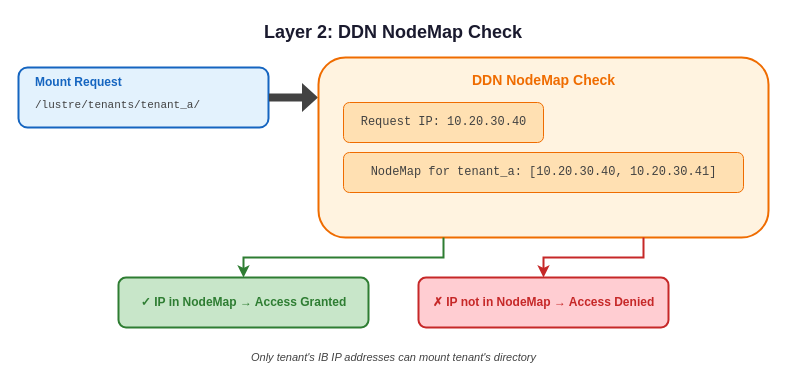
Above: docs/diagrams/nodemap-check.drawio in aamir939/Documentation (draw.io), before the change. Source tidied: cells renumbered, new cells numbered last; positions are measured from the earlier drawing's top-left corner, leaving out a move shared by most shapes. Both pictures are drawn from the tidied source at 100%, with x=0, y=0 at pixel (18, 17).
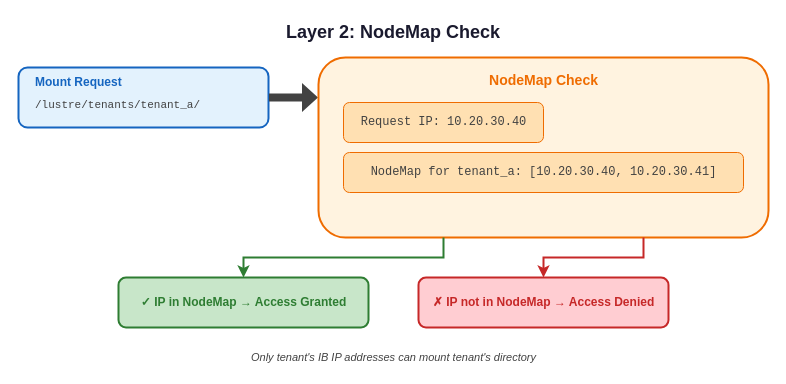
Above is the later version.

Diff of the diagram source:
```diff
@@
-    <mxCell id="2" value="Layer 2: DDN NodeMap Check" style="text;html=1;strokeColor=none;fillColor=none;align=center;verticalAlign=middle;whiteSpace=wrap;rounded=0;fontSize=18;fontStyle=1;fontColor=#1a1a2e;" parent="1" vertex="1">
+    <mxCell id="2" value="Layer 2: NodeMap Check" style="text;html=1;strokeColor=none;fillColor=none;align=center;verticalAlign=middle;whiteSpace=wrap;rounded=0;fontSize=18;fontStyle=1;fontColor=#1a1a2e;" parent="1" vertex="1">
       <mxGeometry x="225" width="300" height="30" as="geometry" />
     </mxCell>
@@
-    <mxCell id="8" value="DDN NodeMap Check" style="text;html=1;strokeColor=none;fillColor=none;align=center;verticalAlign=middle;fontStyle=1;fontSize=14;fontColor=#ef6c00;" parent="1" vertex="1">
+    <mxCell id="8" value="NodeMap Check" style="text;html=1;strokeColor=none;fillColor=none;align=center;verticalAlign=middle;fontStyle=1;fontSize=14;fontColor=#ef6c00;" parent="1" vertex="1">
       <mxGeometry x="425" y="50" width="200" height="25" as="geometry" />
     </mxCell>
```
